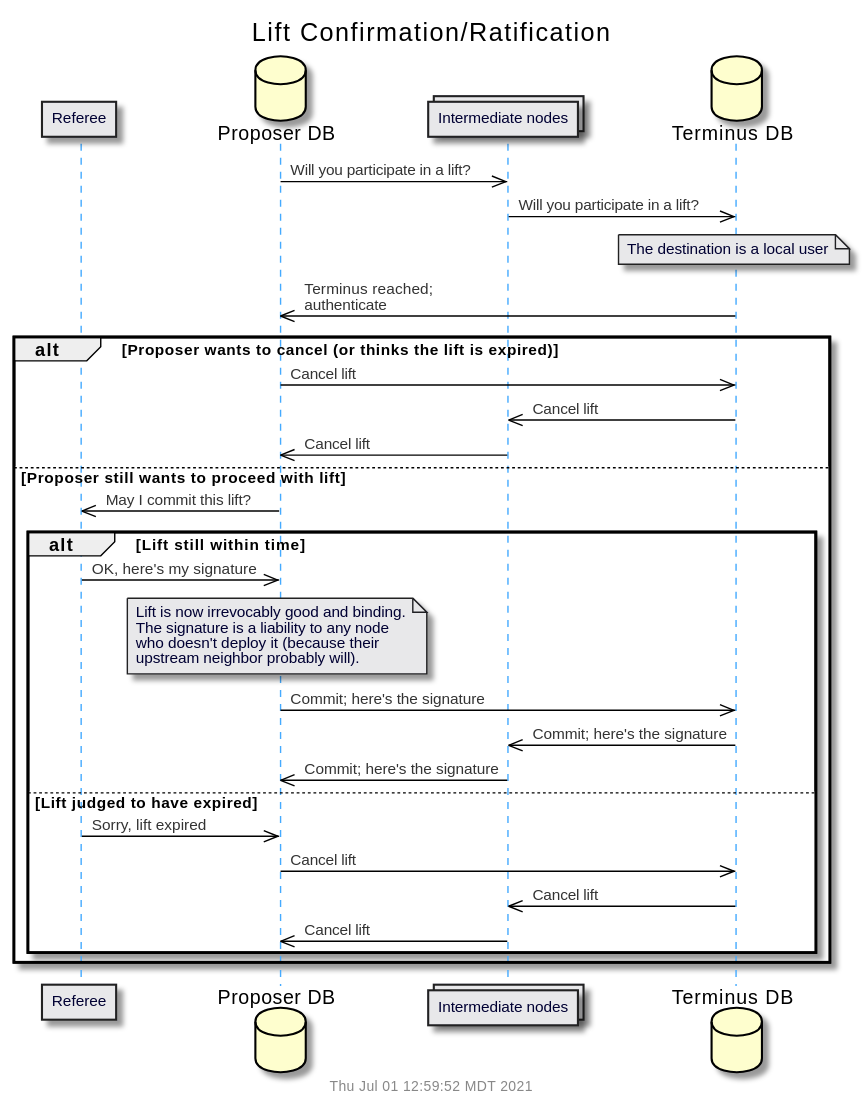
Before: doc/uml/seq-lift-conf.svg, a diagram exported from PlantUML (gotchoices/MyCHIPs).
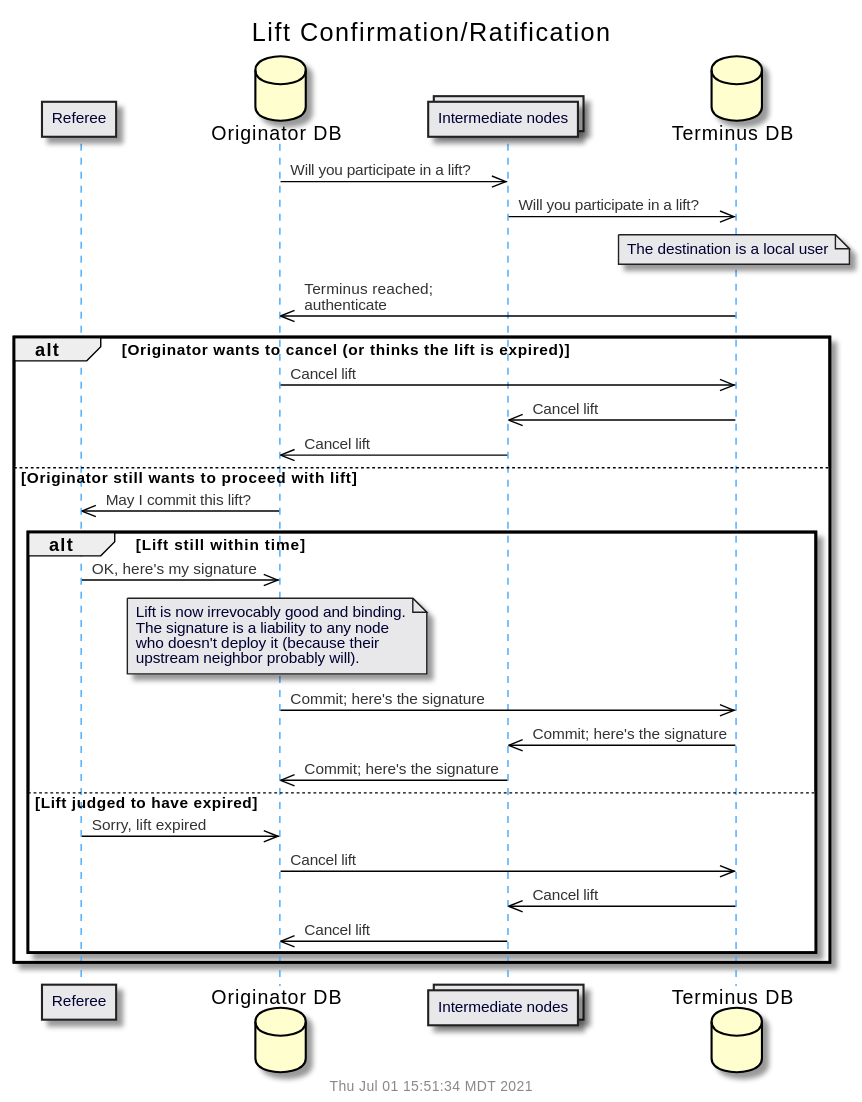
After the change.

The edit, as a diff of the source:
```diff
@@ -2,7 +2,7 @@
 !include common.puml
 $title(Lift Confirmation/Ratification)
 participant "Referee" as referee
-database "Proposer DB" as propDB
+database "Originator DB" as propDB
 collections "Intermediate nodes" as inter
 database "Terminus DB" as termDB
 
@@ -12,12 +12,12 @@
 note over termDB: The destination is a local user
 termDB		->>	propDB:		Terminus reached;\nauthenticate
 
-alt Proposer wants to cancel (or thinks the lift is expired)
+alt Originator wants to cancel (or thinks the lift is expired)
   propDB	->>	termDB:		Cancel lift
   termDB	->>	inter:		Cancel lift
   inter		->>	propDB:		Cancel lift
 
-else Proposer still wants to proceed with lift
+else Originator still wants to proceed with lift
   propDB	->>	referee:	May I commit this lift?
 
   alt Lift still within time
```
